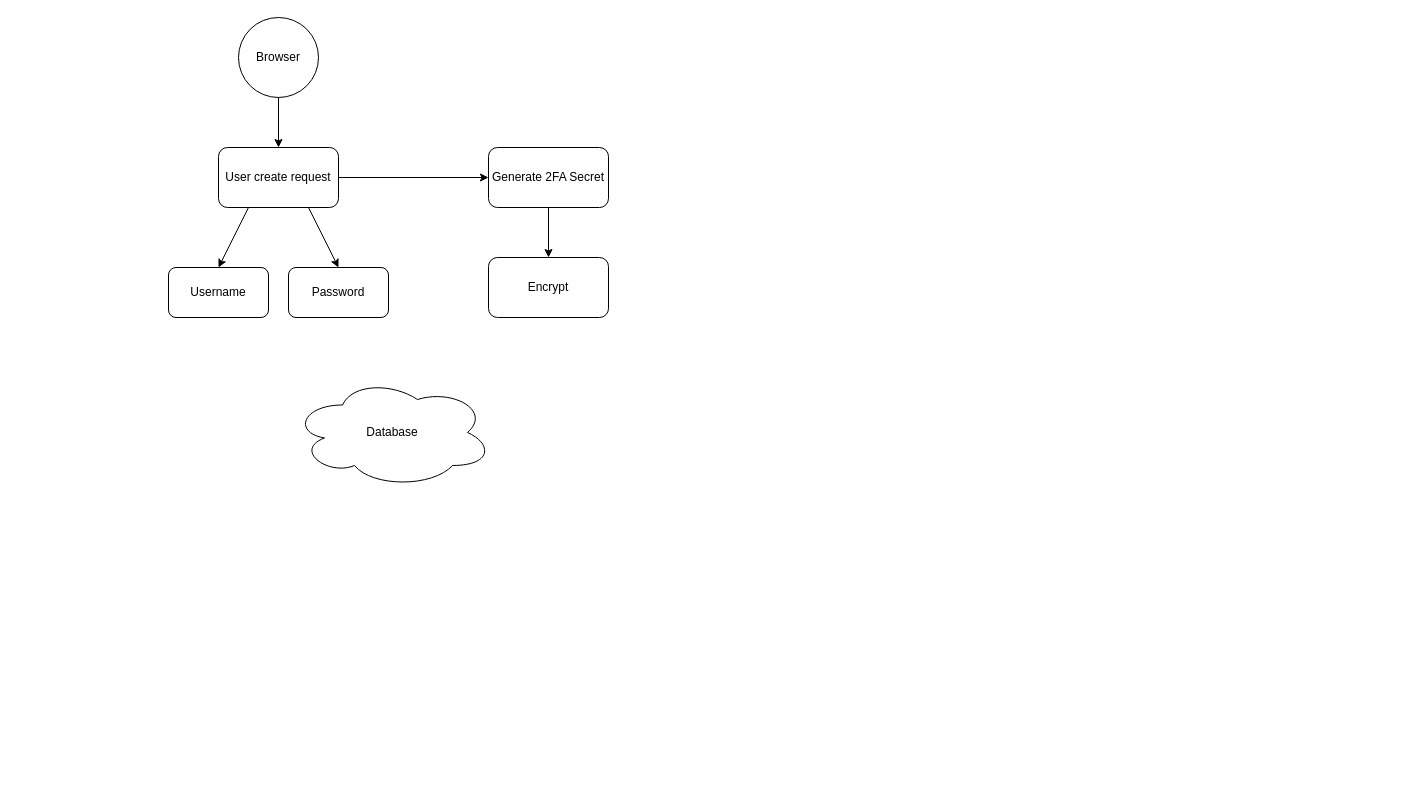
This is diagrams/CLIpher.drawio from sshcrack/diagrams.net, a draw.io file, before an edit. Source tidied: cells renumbered, new cells numbered last; positions are measured from the earlier drawing's top-left corner, leaving out a move shared by most shapes. Both pictures are drawn from the tidied source at 100%, with x=0, y=0 at pixel (168, 17).
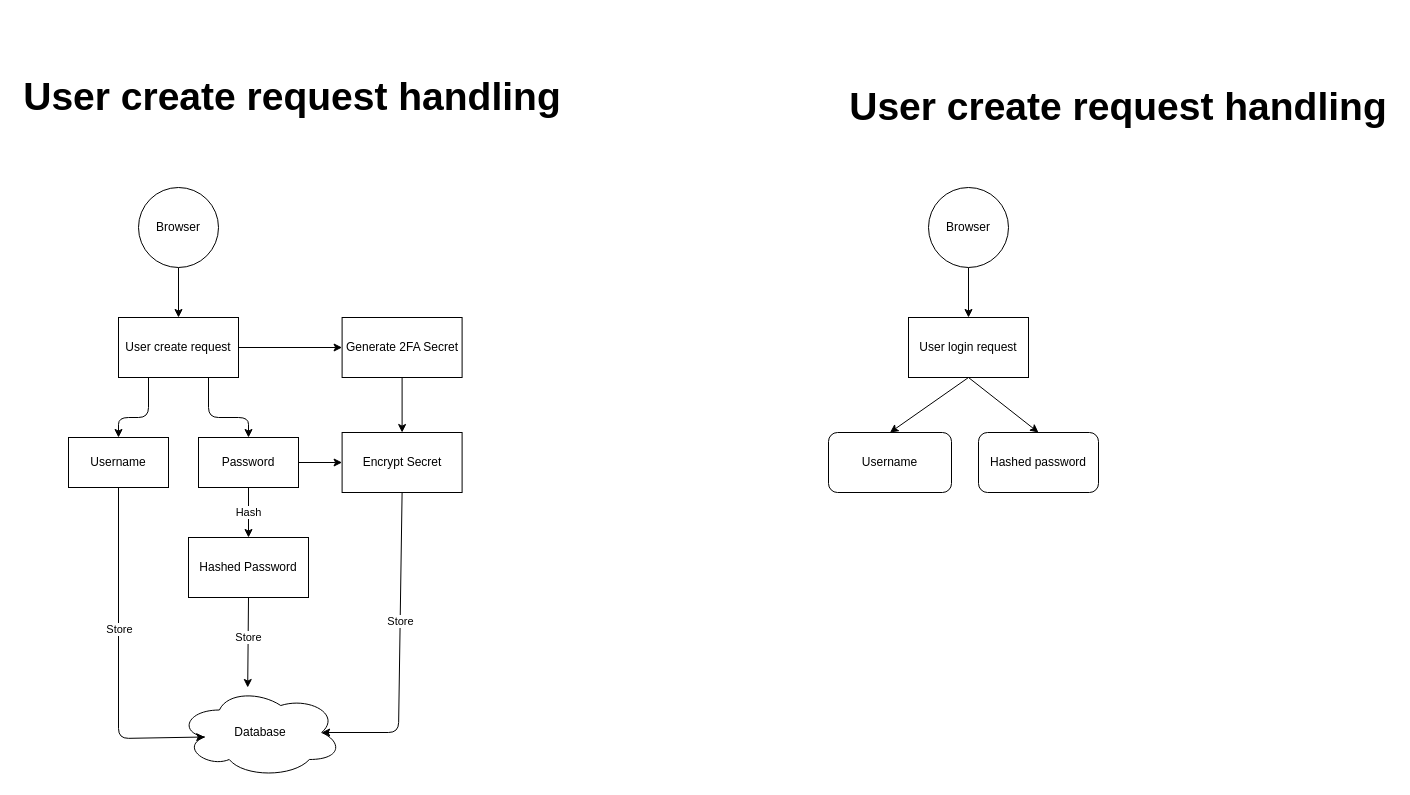
The same diagram, later.

What changed in the source:
```diff
@@
-    <mxCell id="2" value="User create request" style="rounded=1;whiteSpace=wrap;html=1;" parent="1" vertex="1">
-      <mxGeometry x="50" y="130" width="120" height="60" as="geometry" />
+    <mxCell id="2" value="User create request" style="whiteSpace=wrap;html=1;" parent="1" vertex="1">
+      <mxGeometry x="-50" y="300" width="120" height="60" as="geometry" />
     </mxCell>
     <mxCell id="3" style="endArrow=classic;html=1;exitX=0.5;exitY=1;exitDx=0;exitDy=0;" parent="1" edge="1" target="2">
       <mxGeometry relative="1" as="geometry">
-        <mxPoint x="110" y="80" as="sourcePoint" />
+        <mxPoint x="10" y="250" as="sourcePoint" />
       </mxGeometry>
     </mxCell>
-    <mxCell id="4" value="Generate 2FA Secret" style="rounded=1;whiteSpace=wrap;html=1;" parent="1" vertex="1">
-      <mxGeometry x="320" y="130" width="120" height="60" as="geometry" />
+    <mxCell id="4" value="Generate 2FA Secret" style="whiteSpace=wrap;html=1;" parent="1" vertex="1">
+      <mxGeometry x="173.6" y="300" width="120" height="60" as="geometry" />
     </mxCell>
@@
     <mxCell id="6" value="Browser" style="ellipse;whiteSpace=wrap;html=1;" parent="1" vertex="1">
-      <mxGeometry x="70" width="80" height="80" as="geometry" />
+      <mxGeometry x="-30" y="170" width="80" height="80" as="geometry" />
     </mxCell>
-    <mxCell id="7" value="Encrypt" style="rounded=1;whiteSpace=wrap;html=1;" parent="1" vertex="1">
-      <mxGeometry x="320" y="240" width="120" height="60" as="geometry" />
+    <mxCell id="7" value="Encrypt Secret" style="whiteSpace=wrap;html=1;" parent="1" vertex="1">
+      <mxGeometry x="173.6" y="415" width="120" height="60" as="geometry" />
     </mxCell>
     <mxCell id="8" value="Database" style="ellipse;shape=cloud;whiteSpace=wrap;html=1;" parent="1" vertex="1">
-      <mxGeometry x="124" y="360" width="200" height="110" as="geometry" />
+      <mxGeometry x="10" y="670" width="163.6" height="90" as="geometry" />
     </mxCell>
@@
+    <mxCell id="14" value="Hash" style="edgeStyle=orthogonalEdgeStyle;jettySize=auto;html=1;" parent="1" edge="1" source="10" target="20">
+      <mxGeometry relative="1" as="geometry" />
+    </mxCell>
-    <mxCell id="10" value="Password" style="rounded=1;whiteSpace=wrap;html=1;" parent="1" vertex="1">
-      <mxGeometry x="120" y="250" width="100" height="50" as="geometry" />
+    <mxCell id="10" value="Password" style="whiteSpace=wrap;html=1;" parent="1" vertex="1">
+      <mxGeometry x="30" y="420" width="100" height="50" as="geometry" />
     </mxCell>
-    <mxCell id="11" value="Username" style="rounded=1;whiteSpace=wrap;html=1;" parent="1" vertex="1">
-      <mxGeometry y="250" width="100" height="50" as="geometry" />
+    <mxCell id="11" value="Username" style="whiteSpace=wrap;html=1;" parent="1" vertex="1">
+      <mxGeometry x="-100" y="420" width="100" height="50" as="geometry" />
     </mxCell>
     <mxCell id="12" style="endArrow=classic;html=1;exitX=0.25;exitY=1;exitDx=0;exitDy=0;entryX=0.5;entryY=0;entryDx=0;entryDy=0;" parent="1" edge="1" source="2" target="11">
-      <mxGeometry relative="1" as="geometry" />
+      <mxGeometry relative="1" as="geometry">
+        <Array as="points">
+          <mxPoint x="-20" y="400" />
+          <mxPoint x="-50" y="400" />
+        </Array>
+      </mxGeometry>
     </mxCell>
     <mxCell id="13" style="endArrow=classic;html=1;exitX=0.75;exitY=1;exitDx=0;exitDy=0;entryX=0.5;entryY=0;entryDx=0;entryDy=0;" parent="1" edge="1" source="2" target="10">
-      <mxGeometry relative="1" as="geometry" />
+      <mxGeometry relative="1" as="geometry">
+        <Array as="points">
+          <mxPoint x="40" y="400" />
+          <mxPoint x="80" y="400" />
+        </Array>
+      </mxGeometry>
     </mxCell>
+    <mxCell id="15" style="endArrow=classic;html=1;exitX=1;exitY=0.5;exitDx=0;exitDy=0;entryX=0;entryY=0.5;entryDx=0;entryDy=0;" parent="1" edge="1" source="10" target="7">
+      <mxGeometry relative="1" as="geometry" />
+    </mxCell>
+    <mxCell id="16" style="endArrow=classic;html=1;exitX=0.5;exitY=1;exitDx=0;exitDy=0;entryX=0.16;entryY=0.55;entryDx=0;entryDy=0;entryPerimeter=0;" parent="1" edge="1" source="11" target="8">
+      <mxGeometry relative="1" as="geometry">
+        <Array as="points">
+          <mxPoint x="-50" y="721" />
+        </Array>
+      </mxGeometry>
+    </mxCell>
+    <mxCell id="17" value="&lt;div&gt;Store&lt;/div&gt;" style="edgeLabel;html=1;align=center;verticalAlign=middle;" parent="16" vertex="1">
+      <mxGeometry relative="1" as="geometry">
+        <mxPoint y="-28" as="offset" />
+      </mxGeometry>
+    </mxCell>
+    <mxCell id="18" style="endArrow=classic;html=1;exitX=0.5;exitY=1;exitDx=0;exitDy=0;entryX=0.875;entryY=0.5;entryDx=0;entryDy=0;entryPerimeter=0;" parent="1" edge="1" source="7" target="8">
+      <mxGeometry relative="1" as="geometry">
+        <Array as="points">
+          <mxPoint x="230" y="715" />
+        </Array>
+      </mxGeometry>
+    </mxCell>
+    <mxCell id="19" value="&lt;div&gt;Store&lt;/div&gt;" style="edgeLabel;html=1;align=center;verticalAlign=middle;" parent="18" vertex="1">
+      <mxGeometry relative="1" as="geometry">
+        <mxPoint y="-29" as="offset" />
+      </mxGeometry>
+    </mxCell>
+    <mxCell id="20" value="Hashed Password" style="whiteSpace=wrap;html=1;" parent="1" vertex="1">
+      <mxGeometry x="20" y="520" width="120" height="60" as="geometry" />
+    </mxCell>
+    <mxCell id="21" value="Store" style="endArrow=classic;html=1;" parent="1" edge="1">
+      <mxGeometry x="-0.11" relative="1" as="geometry">
+        <mxPoint x="80" y="580" as="sourcePoint" />
+        <mxPoint x="79.2" y="670" as="targetPoint" />
+      </mxGeometry>
+    </mxCell>
+    <mxCell id="22" value="&lt;font style=&quot;font-size: 39px&quot;&gt;&lt;b&gt;&lt;font style=&quot;font-size: 39px&quot;&gt;User create request handling&lt;br&gt;&lt;/font&gt;&lt;/b&gt;&lt;/font&gt;" style="text;html=1;strokeColor=none;fillColor=none;align=center;verticalAlign=middle;whiteSpace=wrap;rounded=0;" parent="1" vertex="1">
+      <mxGeometry x="-151" y="40" width="550" height="80" as="geometry" />
+    </mxCell>
+    <mxCell id="23" value="&lt;font style=&quot;font-size: 39px&quot;&gt;&lt;b&gt;&lt;font style=&quot;font-size: 39px&quot;&gt;User create request handling&lt;br&gt;&lt;/font&gt;&lt;/b&gt;&lt;/font&gt;" style="text;html=1;strokeColor=none;fillColor=none;align=center;verticalAlign=middle;whiteSpace=wrap;rounded=0;" parent="1" vertex="1">
+      <mxGeometry x="675" y="50" width="550" height="80" as="geometry" />
+    </mxCell>
+    <mxCell id="24" value="&lt;div&gt;User login request&lt;/div&gt;" style="whiteSpace=wrap;html=1;" parent="1" vertex="1">
+      <mxGeometry x="740" y="300" width="120" height="60" as="geometry" />
+    </mxCell>
+    <mxCell id="25" style="endArrow=classic;html=1;exitX=0.5;exitY=1;exitDx=0;exitDy=0;" parent="1" edge="1" target="24">
+      <mxGeometry relative="1" as="geometry">
+        <mxPoint x="800" y="250" as="sourcePoint" />
+      </mxGeometry>
+    </mxCell>
+    <mxCell id="26" value="Browser" style="ellipse;whiteSpace=wrap;html=1;" parent="1" vertex="1">
+      <mxGeometry x="760" y="170" width="80" height="80" as="geometry" />
+    </mxCell>
+    <mxCell id="27" value="Username" style="rounded=1;whiteSpace=wrap;html=1;" parent="1" vertex="1">
+      <mxGeometry x="660" y="415" width="123" height="60" as="geometry" />
+    </mxCell>
+    <mxCell id="28" value="Hashed password" style="rounded=1;whiteSpace=wrap;html=1;" parent="1" vertex="1">
+      <mxGeometry x="810" y="415" width="120" height="60" as="geometry" />
+    </mxCell>
+    <mxCell id="29" style="endArrow=classic;html=1;exitX=0.5;exitY=1;exitDx=0;exitDy=0;entryX=0.5;entryY=0;entryDx=0;entryDy=0;" parent="1" edge="1" source="24" target="27">
+      <mxGeometry relative="1" as="geometry" />
+    </mxCell>
+    <mxCell id="30" style="endArrow=classic;html=1;exitX=0.5;exitY=1;exitDx=0;exitDy=0;entryX=0.5;entryY=0;entryDx=0;entryDy=0;" parent="1" edge="1" source="24" target="28">
+      <mxGeometry relative="1" as="geometry" />
+    </mxCell>
```
